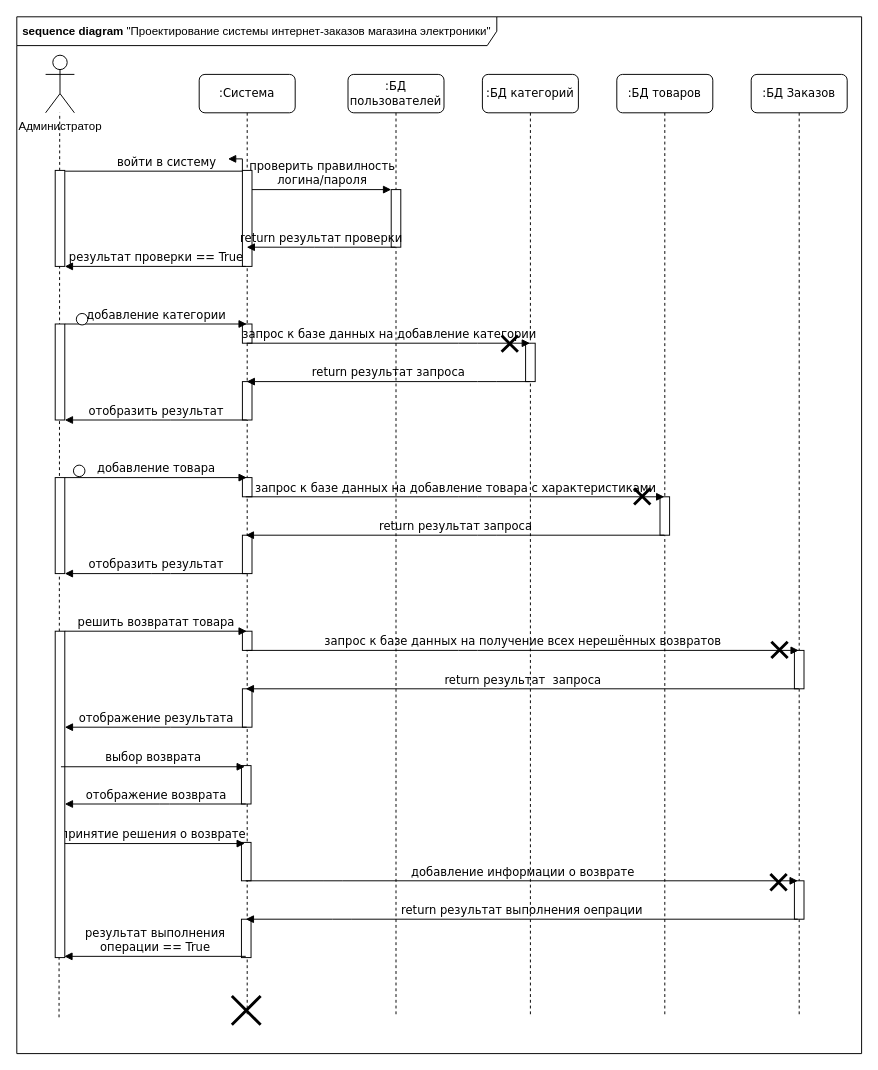
The draw.io diagram sequence_2.drawio in randomunrandom/MSS, before the edit. Source tidied: cells renumbered, new cells numbered last; positions are measured from the earlier drawing's top-left corner, leaving out a move shared by most shapes. Both pictures are drawn from the tidied source at 96%, with x=0, y=0 at pixel (16, 16).
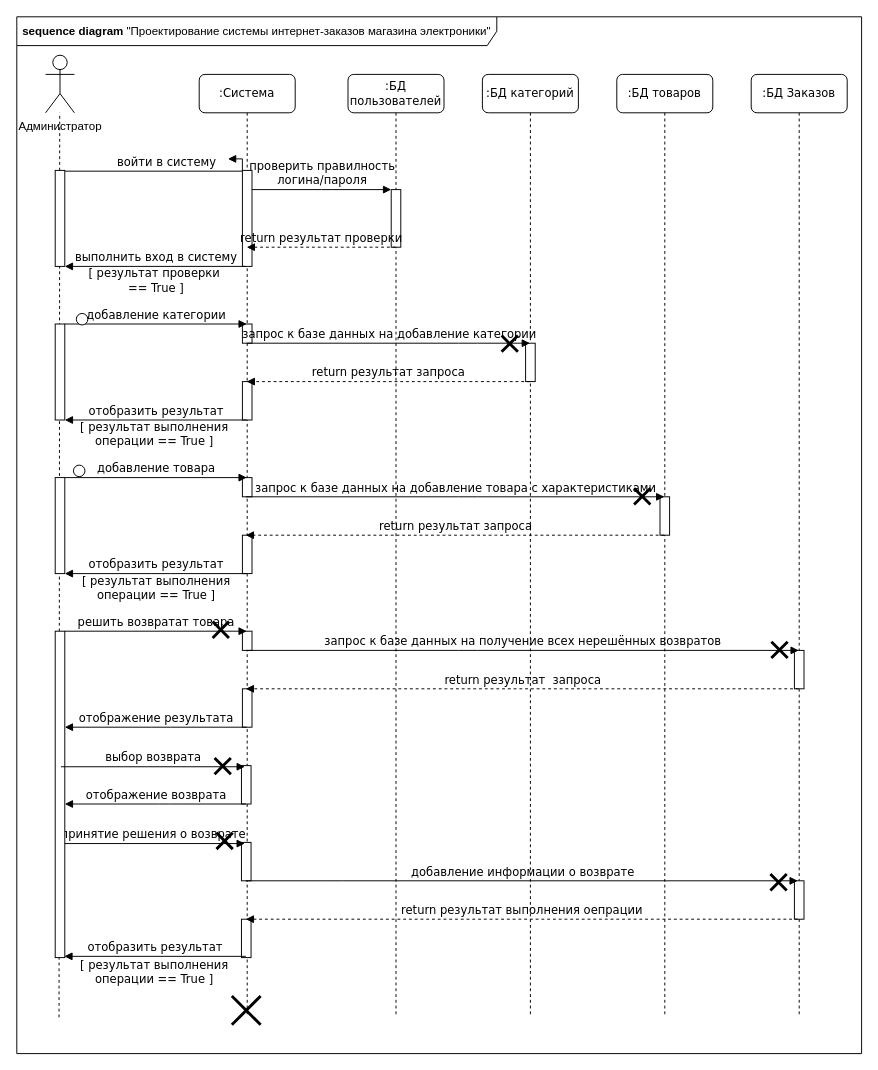
The same page after the edit.

Unchanged cells that the change refers to:
```xml
<mxCell id="3" value=":Система" style="shape=umlLifeline;perimeter=lifelinePerimeter;whiteSpace=wrap;html=1;outlineConnect=0;rounded=1;shadow=0;comic=0;labelBackgroundColor=none;strokeWidth=1;fontFamily=Verdana;fontSize=12;align=center;" parent="1" vertex="1">
  <mxGeometry x="190" y="60" width="100" height="980" as="geometry" />
</mxCell>
<mxCell id="12" value=":БД пользователей" style="shape=umlLifeline;perimeter=lifelinePerimeter;whiteSpace=wrap;html=1;outlineConnect=0;rounded=1;shadow=0;comic=0;labelBackgroundColor=none;strokeWidth=1;fontFamily=Verdana;fontSize=12;align=center;" parent="1" vertex="1">
  <mxGeometry x="345" y="60" width="100" height="980" as="geometry" />
</mxCell>
<mxCell id="14" value=":БД категорий" style="shape=umlLifeline;perimeter=lifelinePerimeter;whiteSpace=wrap;html=1;outlineConnect=0;rounded=1;shadow=0;comic=0;labelBackgroundColor=none;strokeWidth=1;fontFamily=Verdana;fontSize=12;align=center;" parent="1" vertex="1">
  <mxGeometry x="485" y="60" width="100" height="980" as="geometry" />
</mxCell>
<mxCell id="16" value=":БД товаров" style="shape=umlLifeline;perimeter=lifelinePerimeter;whiteSpace=wrap;html=1;outlineConnect=0;rounded=1;shadow=0;comic=0;labelBackgroundColor=none;strokeWidth=1;fontFamily=Verdana;fontSize=12;align=center;" parent="1" vertex="1">
  <mxGeometry x="625" y="60" width="100" height="980" as="geometry" />
</mxCell>
<mxCell id="26" style="html=1;points=[];perimeter=orthogonalPerimeter;rounded=0;shadow=0;comic=0;labelBackgroundColor=none;strokeWidth=1;fontFamily=Verdana;fontSize=12;align=center;" parent="1" vertex="1">
  <mxGeometry x="40" y="160" width="10" height="100" as="geometry" />
</mxCell>
```

The edit, as a diff of the source:
```diff
@@
-    <mxCell id="23" value="return результат проверки" style="html=1;verticalAlign=bottom;endArrow=block;labelBackgroundColor=none;fontFamily=Verdana;fontSize=12;edgeStyle=elbowEdgeStyle;elbow=vertical;" parent="1" edge="1" source="12" target="3">
+    <mxCell id="23" value="return результат проверки" style="html=1;verticalAlign=bottom;endArrow=block;labelBackgroundColor=none;fontFamily=Verdana;fontSize=12;edgeStyle=elbowEdgeStyle;elbow=vertical;dashed=1;" parent="1" edge="1" source="12" target="3">
       <mxGeometry relative="1" as="geometry">
         <Array as="points">
           <mxPoint x="320" y="240" />
         </Array>
       </mxGeometry>
     </mxCell>
-    <mxCell id="24" value="результат проверки == True" style="html=1;verticalAlign=bottom;endArrow=block;labelBackgroundColor=none;fontFamily=Verdana;fontSize=12;elbow=vertical;" parent="1" edge="1" target="26">
+    <mxCell id="24" value="выполнить вход в систему" style="html=1;verticalAlign=bottom;endArrow=block;labelBackgroundColor=none;fontFamily=Verdana;fontSize=12;elbow=vertical;" parent="1" edge="1" target="26">
       <mxGeometry relative="1" as="geometry">
         <mxPoint x="238.5" y="260" as="sourcePoint" />
       </mxGeometry>
     </mxCell>
@@
-    <mxCell id="30" value="return результат запроса" style="html=1;verticalAlign=bottom;endArrow=block;labelBackgroundColor=none;fontFamily=Verdana;fontSize=12;elbow=vertical;" parent="1" edge="1" source="14" target="3">
+    <mxCell id="30" value="return результат запроса" style="html=1;verticalAlign=bottom;endArrow=block;labelBackgroundColor=none;fontFamily=Verdana;fontSize=12;elbow=vertical;dashed=1;" parent="1" edge="1" source="14" target="3">
       <mxGeometry relative="1" as="geometry">
         <Array as="points">
           <mxPoint x="490" y="380" />
         </Array>
       </mxGeometry>
     </mxCell>
@@
-    <mxCell id="37" value="return результат запроса" style="html=1;verticalAlign=bottom;endArrow=block;labelBackgroundColor=none;fontFamily=Verdana;fontSize=12;elbow=vertical;" parent="1" edge="1" source="16">
+    <mxCell id="37" value="return результат запроса" style="html=1;verticalAlign=bottom;endArrow=block;labelBackgroundColor=none;fontFamily=Verdana;fontSize=12;elbow=vertical;dashed=1;" parent="1" edge="1" source="16">
       <mxGeometry relative="1" as="geometry">
         <mxPoint x="238.5" y="540" as="targetPoint" />
         <Array as="points">
           <mxPoint x="490" y="540" />
         </Array>
       </mxGeometry>
     </mxCell>
@@
-    <mxCell id="49" value="return результат&amp;nbsp; запроса" style="html=1;verticalAlign=bottom;endArrow=block;labelBackgroundColor=none;fontFamily=Verdana;fontSize=12;elbow=vertical;" parent="1" edge="1">
+    <mxCell id="49" value="return результат&amp;nbsp; запроса" style="html=1;verticalAlign=bottom;endArrow=block;labelBackgroundColor=none;fontFamily=Verdana;fontSize=12;elbow=vertical;dashed=1;" parent="1" edge="1">
       <mxGeometry relative="1" as="geometry">
         <mxPoint x="814.5" y="700" as="sourcePoint" />
         <mxPoint x="238.5" y="700" as="targetPoint" />
         <Array as="points">
           <mxPoint x="490" y="700" />
         </Array>
       </mxGeometry>
     </mxCell>
@@
-    <mxCell id="55" value="return результат выполнения оепрации" style="html=1;verticalAlign=bottom;endArrow=block;labelBackgroundColor=none;fontFamily=Verdana;fontSize=12;elbow=vertical;" parent="1" edge="1">
+    <mxCell id="55" value="return результат выполнения оепрации" style="html=1;verticalAlign=bottom;endArrow=block;labelBackgroundColor=none;fontFamily=Verdana;fontSize=12;elbow=vertical;dashed=1;" parent="1" edge="1">
       <mxGeometry relative="1" as="geometry">
         <mxPoint x="813.5" y="940" as="sourcePoint" />
         <mxPoint x="238.5" y="940" as="targetPoint" />
         <Array as="points">
           <mxPoint x="339" y="940" />
         </Array>
       </mxGeometry>
     </mxCell>
-    <mxCell id="56" value="результат выполнения&lt;br&gt;операции == True" style="html=1;verticalAlign=bottom;endArrow=block;labelBackgroundColor=none;fontFamily=Verdana;fontSize=12;elbow=vertical;entryX=0.95;entryY=0.997;entryDx=0;entryDy=0;entryPerimeter=0;" parent="1" edge="1">
+    <mxCell id="56" value="отобразить результат" style="html=1;verticalAlign=bottom;endArrow=block;labelBackgroundColor=none;fontFamily=Verdana;fontSize=12;elbow=vertical;entryX=0.95;entryY=0.997;entryDx=0;entryDy=0;entryPerimeter=0;" parent="1" edge="1">
       <mxGeometry relative="1" as="geometry">
         <mxPoint x="238.5" y="978.7" as="sourcePoint" />
         <mxPoint x="49.5" y="978.7" as="targetPoint" />
       </mxGeometry>
     </mxCell>
@@
+    <mxCell id="58" value="&lt;span style=&quot;font-family: &amp;#34;verdana&amp;#34;&quot;&gt;[ результат проверки&lt;/span&gt;&lt;br style=&quot;font-family: &amp;#34;verdana&amp;#34;&quot;&gt;&lt;span style=&quot;font-family: &amp;#34;verdana&amp;#34;&quot;&gt;&amp;nbsp;== True ]&lt;/span&gt;" style="text;html=1;align=center;verticalAlign=middle;" parent="1" vertex="1">
+      <mxGeometry x="83" y="260" width="120" height="30" as="geometry" />
+    </mxCell>
+    <mxCell id="59" value="&lt;span style=&quot;font-family: &amp;#34;verdana&amp;#34;&quot;&gt;[ результат выполнения&lt;/span&gt;&lt;br style=&quot;font-family: &amp;#34;verdana&amp;#34;&quot;&gt;&lt;span style=&quot;font-family: &amp;#34;verdana&amp;#34;&quot;&gt;операции == True ]&lt;/span&gt;" style="text;html=1;align=center;verticalAlign=middle;" parent="1" vertex="1">
+      <mxGeometry x="73" y="420" width="140" height="30" as="geometry" />
+    </mxCell>
+    <mxCell id="60" value="&lt;span style=&quot;font-family: &amp;#34;verdana&amp;#34;&quot;&gt;[ результат выполнения&lt;/span&gt;&lt;br style=&quot;font-family: &amp;#34;verdana&amp;#34;&quot;&gt;&lt;span style=&quot;font-family: &amp;#34;verdana&amp;#34;&quot;&gt;операции == True ]&lt;/span&gt;" style="text;html=1;align=center;verticalAlign=middle;" parent="1" vertex="1">
+      <mxGeometry x="75" y="580" width="140" height="30" as="geometry" />
+    </mxCell>
+    <mxCell id="61" value="&lt;span style=&quot;font-family: &amp;#34;verdana&amp;#34;&quot;&gt;[ результат выполнения&lt;/span&gt;&lt;br style=&quot;font-family: &amp;#34;verdana&amp;#34;&quot;&gt;&lt;span style=&quot;font-family: &amp;#34;verdana&amp;#34;&quot;&gt;операции == True ]&lt;/span&gt;" style="text;html=1;align=center;verticalAlign=middle;" parent="1" vertex="1">
+      <mxGeometry x="73" y="980" width="140" height="30" as="geometry" />
+    </mxCell>
+    <mxCell id="62" style="shape=umlDestroy;whiteSpace=wrap;html=1;strokeWidth=3;" parent="1" vertex="1">
+      <mxGeometry x="204" y="630" width="17" height="17" as="geometry" />
+    </mxCell>
+    <mxCell id="63" style="shape=umlDestroy;whiteSpace=wrap;html=1;strokeWidth=3;" parent="1" vertex="1">
+      <mxGeometry x="206" y="772" width="17" height="17" as="geometry" />
+    </mxCell>
+    <mxCell id="64" style="shape=umlDestroy;whiteSpace=wrap;html=1;strokeWidth=3;" parent="1" vertex="1">
+      <mxGeometry x="208" y="850" width="17" height="17" as="geometry" />
+    </mxCell>
```
